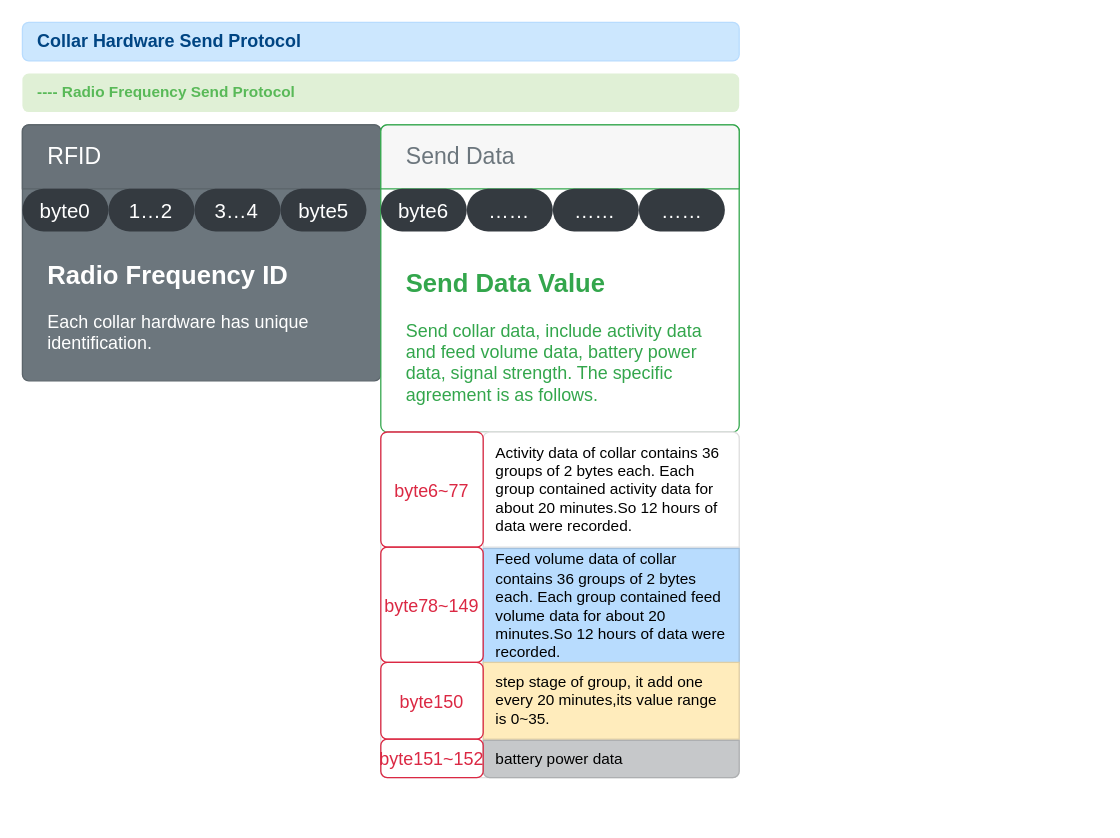
phoenix9668/Collector keeps this draw.io diagram as page "Collar Hardware Send Protocol" (3 of 5) of Doc/Hardware Protocol.drawio. Above is the earlier version. Source tidied: cells renumbered, new cells numbered last; positions are measured from the earlier drawing's top-left corner, leaving out a move shared by most shapes. Both pictures are drawn from the tidied source at 128%, with x=0, y=0 at pixel (22, 22).
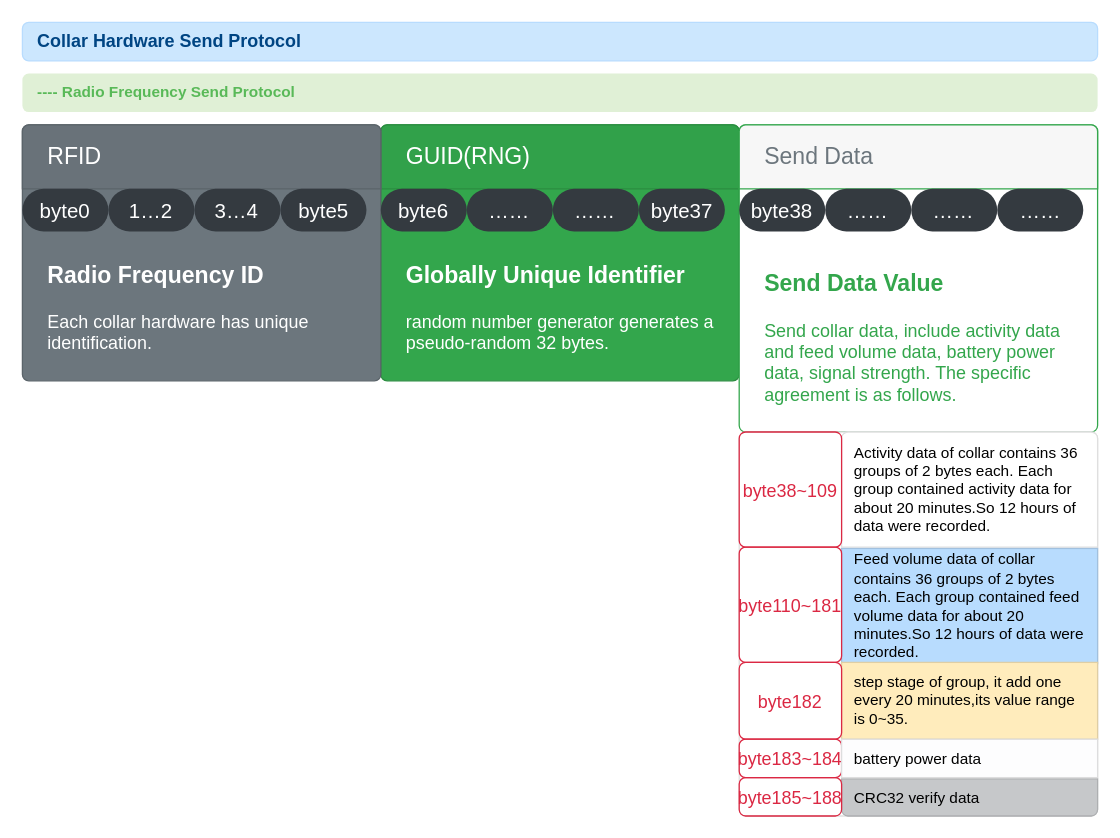
Above is the later version.

What changed in the source:
```diff
@@
+    <mxCell id="25" value="&lt;b&gt;&lt;font style=&quot;font-size: 18px&quot;&gt;Globally Unique Identifier&lt;/font&gt;&lt;/b&gt;&lt;br style=&quot;font-size: 14px&quot;&gt;&lt;br style=&quot;font-size: 14px&quot;&gt;random number generator generates a pseudo-random 32 bytes." style="html=1;shadow=0;dashed=0;shape=mxgraph.bootstrap.rrect;rSize=5;strokeColor=#2B8D40;html=1;whiteSpace=wrap;fillColor=#33A64C;fontColor=#ffffff;verticalAlign=bottom;align=left;spacing=20;spacingBottom=0;fontSize=14;" parent="1" vertex="1">
+      <mxGeometry x="280" y="80" width="280" height="200" as="geometry" />
+    </mxCell>
+    <mxCell id="26" value="GUID(RNG)" style="html=1;shadow=0;dashed=0;shape=mxgraph.bootstrap.topButton;rSize=5;perimeter=none;whiteSpace=wrap;fillColor=#31A14A;strokeColor=#2B8D40;fontColor=#ffffff;fontSize=18;align=left;spacing=20;" parent="25" vertex="1">
+      <mxGeometry width="280" height="50" relative="1" as="geometry" />
+    </mxCell>
-    <mxCell id="2" value="&lt;span style=&quot;font-size: 20px&quot;&gt;&lt;b&gt;Radio Frequency ID&lt;/b&gt;&lt;/span&gt;&lt;br style=&quot;font-size: 14px&quot;&gt;&lt;br style=&quot;font-size: 14px&quot;&gt;Each collar hardware has unique identification." style="html=1;shadow=0;dashed=0;shape=mxgraph.bootstrap.rrect;rSize=5;strokeColor=#5B646A;html=1;whiteSpace=wrap;fillColor=#6C767D;fontColor=#ffffff;verticalAlign=bottom;align=left;spacing=20;spacingBottom=0;fontSize=14;" parent="1" vertex="1">
+    <mxCell id="2" value="&lt;b&gt;&lt;font style=&quot;font-size: 18px&quot;&gt;Radio Frequency ID&lt;/font&gt;&lt;/b&gt;&lt;br style=&quot;font-size: 14px&quot;&gt;&lt;br style=&quot;font-size: 14px&quot;&gt;Each collar hardware has unique identification." style="html=1;shadow=0;dashed=0;shape=mxgraph.bootstrap.rrect;rSize=5;strokeColor=#5B646A;html=1;whiteSpace=wrap;fillColor=#6C767D;fontColor=#ffffff;verticalAlign=bottom;align=left;spacing=20;spacingBottom=0;fontSize=14;" parent="1" vertex="1">
       <mxGeometry y="80" width="280" height="200" as="geometry" />
     </mxCell>
@@
-    <mxCell id="8" value="&lt;b&gt;&lt;font style=&quot;font-size: 20px&quot;&gt;Send Data Value&lt;/font&gt;&lt;/b&gt;&lt;br style=&quot;font-size: 14px&quot;&gt;&lt;br style=&quot;font-size: 14px&quot;&gt;Send collar data, include activity data and feed volume data, battery power data, signal strength. The specific agreement is as follows." style="html=1;shadow=0;dashed=0;shape=mxgraph.bootstrap.rrect;rSize=5;strokeColor=#33A64C;html=1;whiteSpace=wrap;fillColor=#ffffff;fontColor=#33A64C;verticalAlign=bottom;align=left;spacing=20;spacingBottom=0;fontSize=14;" parent="1" vertex="1">
-      <mxGeometry x="280" y="80" width="280" height="240" as="geometry" />
+    <mxCell id="8" value="&lt;b&gt;&lt;font style=&quot;font-size: 18px&quot;&gt;Send Data Value&lt;/font&gt;&lt;/b&gt;&lt;br style=&quot;font-size: 14px&quot;&gt;&lt;br style=&quot;font-size: 14px&quot;&gt;Send collar data, include activity data and feed volume data, battery power data, signal strength. The specific agreement is as follows." style="html=1;shadow=0;dashed=0;shape=mxgraph.bootstrap.rrect;rSize=5;strokeColor=#33A64C;html=1;whiteSpace=wrap;fillColor=#ffffff;fontColor=#33A64C;verticalAlign=bottom;align=left;spacing=20;spacingBottom=0;fontSize=14;" parent="1" vertex="1">
+      <mxGeometry x="560" y="80" width="280" height="240" as="geometry" />
     </mxCell>
@@
-    <mxCell id="10" value="&lt;span style=&quot;font-size: 16px ; font-weight: 400&quot;&gt;byte6&lt;/span&gt;" style="rounded=1;whiteSpace=wrap;html=1;arcSize=50;strokeColor=none;strokeWidth=1;fillColor=#343A40;fontColor=#ffffff;whiteSpace=wrap;align=center;verticalAlign=middle;spacingLeft=0;fontStyle=1;fontSize=14;spacing=10;" parent="8" vertex="1">
+    <mxCell id="10" value="&lt;span style=&quot;font-size: 16px ; font-weight: 400&quot;&gt;byte38&lt;/span&gt;" style="rounded=1;whiteSpace=wrap;html=1;arcSize=50;strokeColor=none;strokeWidth=1;fillColor=#343A40;fontColor=#ffffff;whiteSpace=wrap;align=center;verticalAlign=middle;spacingLeft=0;fontStyle=1;fontSize=14;spacing=10;" parent="8" vertex="1">
       <mxGeometry y="50" width="67.2" height="33.3" as="geometry" />
     </mxCell>
@@
+    <mxCell id="27" value="&lt;span style=&quot;font-size: 16px ; font-weight: 400&quot;&gt;byte6&lt;/span&gt;" style="rounded=1;whiteSpace=wrap;html=1;arcSize=50;strokeColor=none;strokeWidth=1;fillColor=#343A40;fontColor=#ffffff;whiteSpace=wrap;align=center;verticalAlign=middle;spacingLeft=0;fontStyle=1;fontSize=14;spacing=10;" parent="8" vertex="1">
+      <mxGeometry x="-280" y="50" width="67.2" height="33.3" as="geometry" />
+    </mxCell>
+    <mxCell id="28" value="&lt;span style=&quot;font-size: 16px ; font-weight: 400&quot;&gt;……&lt;/span&gt;&lt;span style=&quot;font-size: 16px ; font-weight: 400&quot;&gt;&lt;br&gt;&lt;/span&gt;" style="rounded=1;whiteSpace=wrap;html=1;arcSize=50;strokeColor=none;strokeWidth=1;fillColor=#343A40;fontColor=#ffffff;whiteSpace=wrap;align=center;verticalAlign=middle;spacingLeft=0;fontStyle=1;fontSize=14;spacing=10;" parent="8" vertex="1">
+      <mxGeometry x="-212.8" y="50" width="67.2" height="33.3" as="geometry" />
+    </mxCell>
+    <mxCell id="29" value="&lt;span style=&quot;font-size: 16px ; font-weight: 400&quot;&gt;……&lt;/span&gt;&lt;span style=&quot;font-size: 16px ; font-weight: 400&quot;&gt;&lt;br&gt;&lt;/span&gt;" style="rounded=1;whiteSpace=wrap;html=1;arcSize=50;strokeColor=none;strokeWidth=1;fillColor=#343A40;fontColor=#ffffff;whiteSpace=wrap;align=center;verticalAlign=middle;spacingLeft=0;fontStyle=1;fontSize=14;spacing=10;" parent="8" vertex="1">
+      <mxGeometry x="-145.6" y="50" width="67.2" height="33.3" as="geometry" />
+    </mxCell>
+    <mxCell id="30" value="&lt;span style=&quot;font-size: 16px ; font-weight: 400&quot;&gt;byte37&lt;br&gt;&lt;/span&gt;" style="rounded=1;whiteSpace=wrap;html=1;arcSize=50;strokeColor=none;strokeWidth=1;fillColor=#343A40;fontColor=#ffffff;whiteSpace=wrap;align=center;verticalAlign=middle;spacingLeft=0;fontStyle=1;fontSize=14;spacing=10;" parent="8" vertex="1">
+      <mxGeometry x="-78.4" y="50" width="67.2" height="33.3" as="geometry" />
+    </mxCell>
     <mxCell id="14" value="&lt;b&gt;Collar Hardware Send Protocol&lt;/b&gt;" style="html=1;shadow=0;dashed=0;shape=mxgraph.bootstrap.rrect;rSize=5;strokeColor=#B8DCFE;strokeWidth=1;fillColor=#CCE7FE;fontColor=#004583;whiteSpace=wrap;align=left;verticalAlign=middle;spacingLeft=10;fontSize=14;" parent="1" vertex="1">
-      <mxGeometry width="560" height="30" as="geometry" />
+      <mxGeometry width="840" height="30" as="geometry" />
     </mxCell>
     <mxCell id="15" style="html=1;shadow=0;dashed=0;shape=mxgraph.bootstrap.rrect;rSize=5;strokeColor=#DFDFDF;html=1;whiteSpace=wrap;fillColor=#FFFFFF;fontColor=#000000;" parent="1" vertex="1">
-      <mxGeometry x="280" y="320" width="280" height="270" as="geometry" />
+      <mxGeometry x="560" y="320" width="280" height="300" as="geometry" />
     </mxCell>
@@
-    <mxCell id="19" value="&lt;span style=&quot;color: rgb(0 , 0 , 0)&quot;&gt;battery power data&lt;/span&gt;" style="html=1;shadow=0;dashed=0;shape=mxgraph.bootstrap.bottomButton;fillColor=#C6C8CA;strokeColor=#ADAFB1;fontColor=#1B1E21;rSize=5;perimeter=none;whiteSpace=wrap;align=left;spacing=10;" parent="15" vertex="1">
+    <mxCell id="19" value="&lt;span style=&quot;color: rgb(0 , 0 , 0)&quot;&gt;CRC32 verify data&lt;/span&gt;" style="html=1;shadow=0;dashed=0;shape=mxgraph.bootstrap.bottomButton;fillColor=#C6C8CA;strokeColor=#ADAFB1;fontColor=#1B1E21;rSize=5;perimeter=none;whiteSpace=wrap;align=left;spacing=10;" parent="15" vertex="1">
       <mxGeometry y="1" width="200" height="29" relative="1" as="geometry">
         <mxPoint x="80" y="-29" as="offset" />
       </mxGeometry>
     </mxCell>
-    <mxCell id="20" value="&lt;font style=&quot;font-size: 14px&quot; color=&quot;#db2843&quot;&gt;byte6~77&lt;/font&gt;" style="html=1;shadow=0;dashed=0;shape=mxgraph.bootstrap.rrect;rSize=5;strokeColor=#DB2843;strokeWidth=1;fillColor=none;fontColor=#33A64C;whiteSpace=wrap;align=center;verticalAlign=middle;spacingLeft=0;fontStyle=0;fontSize=16;spacing=5;" parent="15" vertex="1">
+    <mxCell id="20" value="&lt;font style=&quot;font-size: 14px&quot; color=&quot;#db2843&quot;&gt;byte38~109&lt;/font&gt;" style="html=1;shadow=0;dashed=0;shape=mxgraph.bootstrap.rrect;rSize=5;strokeColor=#DB2843;strokeWidth=1;fillColor=none;fontColor=#33A64C;whiteSpace=wrap;align=center;verticalAlign=middle;spacingLeft=0;fontStyle=0;fontSize=16;spacing=5;" parent="15" vertex="1">
       <mxGeometry width="80" height="90" as="geometry" />
     </mxCell>
-    <mxCell id="21" value="&lt;span style=&quot;color: rgb(219 , 40 , 67) ; font-size: 14px&quot;&gt;byte150&lt;/span&gt;" style="html=1;shadow=0;dashed=0;shape=mxgraph.bootstrap.rrect;rSize=5;strokeColor=#DB2843;strokeWidth=1;fillColor=none;fontColor=#33A64C;whiteSpace=wrap;align=center;verticalAlign=middle;spacingLeft=0;fontStyle=0;fontSize=16;spacing=5;" parent="15" vertex="1">
+    <mxCell id="21" value="&lt;span style=&quot;color: rgb(219 , 40 , 67) ; font-size: 14px&quot;&gt;byte182&lt;/span&gt;" style="html=1;shadow=0;dashed=0;shape=mxgraph.bootstrap.rrect;rSize=5;strokeColor=#DB2843;strokeWidth=1;fillColor=none;fontColor=#33A64C;whiteSpace=wrap;align=center;verticalAlign=middle;spacingLeft=0;fontStyle=0;fontSize=16;spacing=5;" parent="15" vertex="1">
       <mxGeometry y="180" width="80" height="60" as="geometry" />
     </mxCell>
-    <mxCell id="22" value="&lt;span style=&quot;color: rgb(219 , 40 , 67) ; font-size: 14px&quot;&gt;byte151~152&lt;/span&gt;" style="html=1;shadow=0;dashed=0;shape=mxgraph.bootstrap.rrect;rSize=5;strokeColor=#DB2843;strokeWidth=1;fillColor=none;fontColor=#33A64C;whiteSpace=wrap;align=center;verticalAlign=middle;spacingLeft=0;fontStyle=0;fontSize=16;spacing=5;" parent="15" vertex="1">
+    <mxCell id="22" value="&lt;span style=&quot;color: rgb(219 , 40 , 67) ; font-size: 14px&quot;&gt;byte183~184&lt;br&gt;&lt;/span&gt;" style="html=1;shadow=0;dashed=0;shape=mxgraph.bootstrap.rrect;rSize=5;strokeColor=#DB2843;strokeWidth=1;fillColor=none;fontColor=#33A64C;whiteSpace=wrap;align=center;verticalAlign=middle;spacingLeft=0;fontStyle=0;fontSize=16;spacing=5;" parent="15" vertex="1">
       <mxGeometry y="240" width="80" height="30" as="geometry" />
     </mxCell>
-    <mxCell id="23" value="&lt;font style=&quot;font-size: 14px&quot; color=&quot;#db2843&quot;&gt;byte78~149&lt;/font&gt;" style="html=1;shadow=0;dashed=0;shape=mxgraph.bootstrap.rrect;rSize=5;strokeColor=#DB2843;strokeWidth=1;fillColor=none;fontColor=#33A64C;whiteSpace=wrap;align=center;verticalAlign=middle;spacingLeft=0;fontStyle=0;fontSize=16;spacing=5;" parent="15" vertex="1">
+    <mxCell id="23" value="&lt;font style=&quot;font-size: 14px&quot; color=&quot;#db2843&quot;&gt;byte110~181&lt;/font&gt;" style="html=1;shadow=0;dashed=0;shape=mxgraph.bootstrap.rrect;rSize=5;strokeColor=#DB2843;strokeWidth=1;fillColor=none;fontColor=#33A64C;whiteSpace=wrap;align=center;verticalAlign=middle;spacingLeft=0;fontStyle=0;fontSize=16;spacing=5;" parent="15" vertex="1">
       <mxGeometry y="90" width="80" height="90" as="geometry" />
     </mxCell>
+    <mxCell id="31" value="&lt;span style=&quot;color: rgb(0 , 0 , 0) ; font-size: 12px&quot;&gt;battery power data&lt;/span&gt;" style="html=1;fillColor=#FDFDFE;strokeColor=#DDDDDE;fontColor=#818182;shadow=0;dashed=0;perimeter=none;whiteSpace=wrap;align=left;spacing=10;fontSize=14;" parent="15" vertex="1">
+      <mxGeometry x="80" y="240" width="200" height="30" as="geometry" />
+    </mxCell>
+    <mxCell id="32" value="&lt;span style=&quot;color: rgb(219 , 40 , 67) ; font-size: 14px&quot;&gt;byte185~188&lt;br&gt;&lt;/span&gt;" style="html=1;shadow=0;dashed=0;shape=mxgraph.bootstrap.rrect;rSize=5;strokeColor=#DB2843;strokeWidth=1;fillColor=none;fontColor=#33A64C;whiteSpace=wrap;align=center;verticalAlign=middle;spacingLeft=0;fontStyle=0;fontSize=16;spacing=5;" parent="15" vertex="1">
+      <mxGeometry y="270" width="80" height="30" as="geometry" />
+    </mxCell>
     <mxCell id="24" value="&lt;b&gt;---- Radio Frequency Send Protocol&amp;nbsp;&lt;/b&gt;" style="html=1;shadow=0;dashed=0;shape=mxgraph.bootstrap.rrect;rSize=5;strokeColor=none;strokeWidth=1;fillColor=#E0F0D6;fontColor=#59B958;whiteSpace=wrap;align=left;verticalAlign=middle;spacingLeft=10;" parent="1" vertex="1">
-      <mxGeometry y="40" width="560" height="30" as="geometry" />
+      <mxGeometry y="40" width="840" height="30" as="geometry" />
     </mxCell>
```
